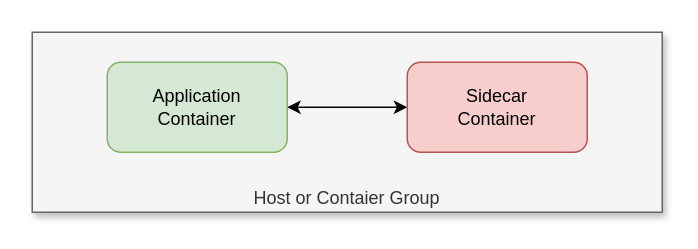
This is design_patterns/single-container/sidecar.drawio from mercoglianoisidoro/test_pages, a draw.io file, before an edit. Source tidied: cells renumbered, new cells numbered last; positions are measured from the earlier drawing's top-left corner, leaving out a move shared by most shapes. Both pictures are drawn from the tidied source at 150%, with x=0, y=0 at pixel (32, 32).
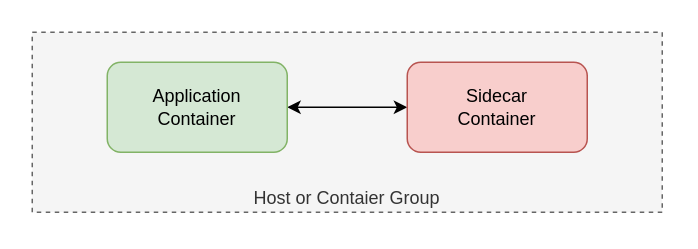
After the change.

What changed in the source:
```diff
@@
 <mxGraphModel>
   <root>
     <mxCell id="0" />
     <mxCell id="1" parent="0" />
-    <mxCell id="2" value="Host or Contaier Group" style="rounded=0;whiteSpace=wrap;html=1;verticalAlign=bottom;fillColor=#f5f5f5;strokeColor=#666666;fontColor=#333333;sketch=0;shadow=1;glass=0;" parent="1" vertex="1">
+    <mxCell id="2" value="Host or Contaier Group" style="rounded=0;whiteSpace=wrap;html=1;verticalAlign=bottom;fillColor=#f5f5f5;strokeColor=#666666;fontColor=#333333;sketch=0;shadow=0;glass=0;dashed=1;" parent="1" vertex="1">
       <mxGeometry width="420" height="120" as="geometry" />
     </mxCell>
     <mxCell id="3" style="edgeStyle=orthogonalEdgeStyle;rounded=0;jettySize=auto;html=1;startArrow=classic;startFill=1;shadow=0;" parent="1" edge="1" source="4" target="5">
       <mxGeometry relative="1" as="geometry" />
     </mxCell>
     <mxCell id="4" value="Application&lt;br&gt;Container" style="rounded=1;whiteSpace=wrap;html=1;fillColor=#d5e8d4;strokeColor=#82b366;sketch=0;shadow=0;" parent="1" vertex="1">
       <mxGeometry x="50" y="20" width="120" height="60" as="geometry" />
     </mxCell>
     <mxCell id="5" value="Sidecar&lt;br&gt;Container" style="rounded=1;whiteSpace=wrap;html=1;fillColor=#f8cecc;strokeColor=#b85450;sketch=0;glass=0;shadow=0;" parent="1" vertex="1">
       <mxGeometry x="250" y="20" width="120" height="60" as="geometry" />
     </mxCell>
   </root>
 </mxGraphModel>
```
